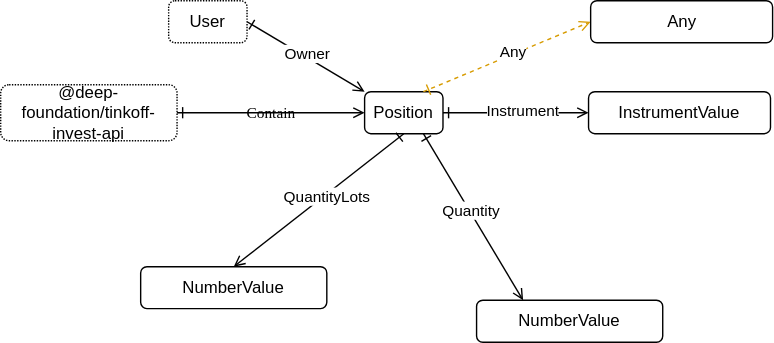
Earlier version of the draw.io export src/position/Position.drawio.svg (suenot/deep-tinkoff-invest-api). Source tidied: cells renumbered, new cells last; positions are measured from the earlier drawing's top-left corner, leaving out a move shared by most shapes.
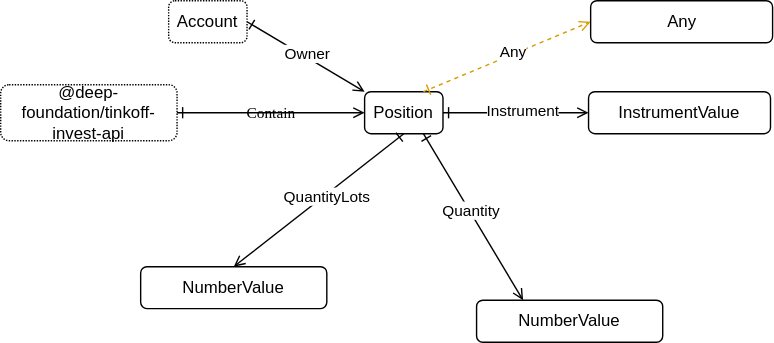
The same file after the commit.

The edit, as a diff of the source:
```diff
@@ -8,7 +8,7 @@
     <mxCell id="3" value="Owner" style="edgeLabel;html=1;align=center;verticalAlign=middle;" parent="2" vertex="1">
       <mxGeometry x="-0.01" y="2" relative="1" as="geometry" />
     </mxCell>
-    <mxCell id="4" value="User" style="rounded=1;whiteSpace=wrap;html=1;labelBackgroundColor=none;dashed=1;dashPattern=1 1;" parent="1" vertex="1">
+    <mxCell id="4" value="Account" style="rounded=1;whiteSpace=wrap;html=1;labelBackgroundColor=none;dashed=1;dashPattern=1 1;" parent="1" vertex="1">
       <mxGeometry x="120" width="56" height="30" as="geometry" />
     </mxCell>
     <mxCell id="5" style="edgeStyle=none;html=1;exitX=1;exitY=0.5;exitDx=0;exitDy=0;entryX=0;entryY=0.5;entryDx=0;entryDy=0;startArrow=ERone;startFill=0;endArrow=open;endFill=0;" parent="1" edge="1" source="7" target="8">
```
